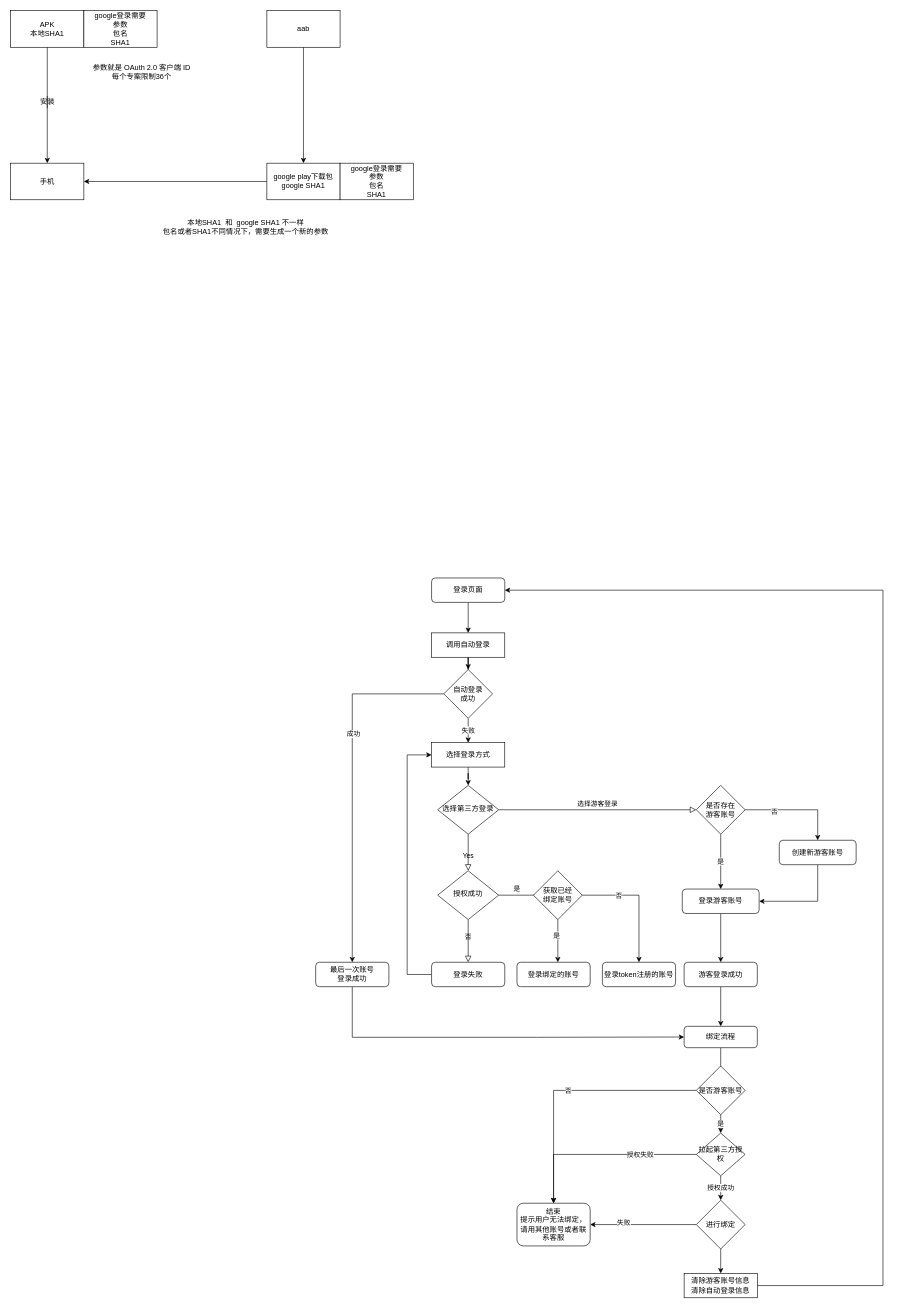
Above: CMGE_HW_API.drawio in saitestop/Drawio (draw.io), before the change. Source tidied: cells renumbered, new cells numbered last; positions are measured from the earlier drawing's top-left corner, leaving out a move shared by most shapes. Both pictures are drawn from the tidied source at 61%, with x=0, y=0 at pixel (10, 10).
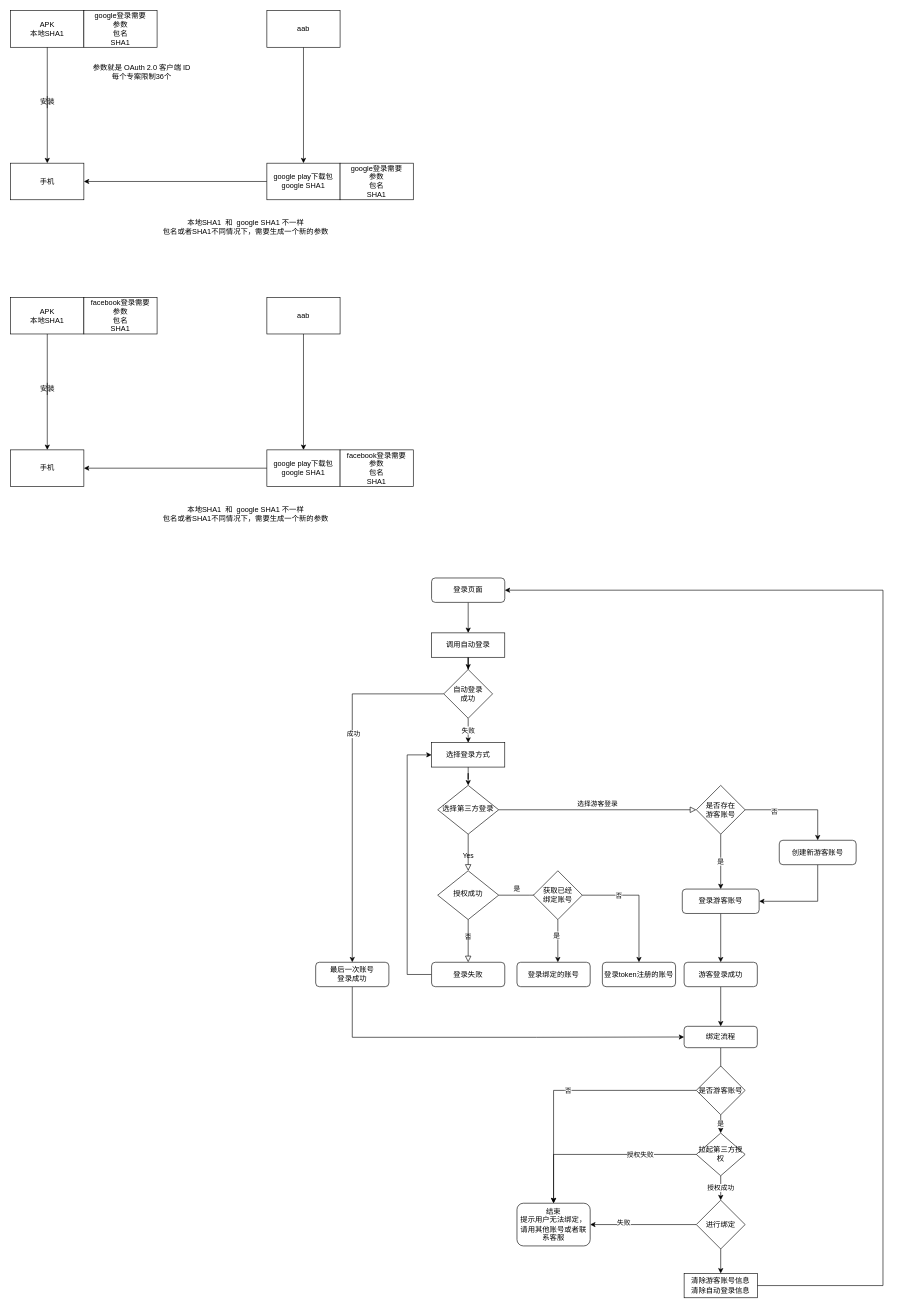
After the change.

Diff of the diagram source:
```diff
@@
+    <mxCell id="69" style="edgeStyle=orthogonalEdgeStyle;rounded=0;jettySize=auto;html=1;entryX=0.5;entryY=0;entryDx=0;entryDy=0;startArrow=none;" parent="1" edge="1" source="76" target="71">
+      <mxGeometry relative="1" as="geometry">
+        <Array as="points">
+          <mxPoint x="60" y="630" />
+        </Array>
+      </mxGeometry>
+    </mxCell>
+    <mxCell id="70" value="APK&lt;br&gt;本地SHA1" style="rounded=0;whiteSpace=wrap;html=1;" parent="1" vertex="1">
+      <mxGeometry y="470" width="120" height="60" as="geometry" />
+    </mxCell>
+    <mxCell id="71" value="手机" style="rounded=0;whiteSpace=wrap;html=1;" parent="1" vertex="1">
+      <mxGeometry y="720" width="120" height="60" as="geometry" />
+    </mxCell>
+    <mxCell id="72" style="edgeStyle=orthogonalEdgeStyle;rounded=0;jettySize=auto;html=1;" parent="1" edge="1" source="73" target="75">
+      <mxGeometry relative="1" as="geometry" />
+    </mxCell>
+    <mxCell id="73" value="aab" style="rounded=0;whiteSpace=wrap;html=1;" parent="1" vertex="1">
+      <mxGeometry x="420" y="470" width="120" height="60" as="geometry" />
+    </mxCell>
+    <mxCell id="74" style="edgeStyle=orthogonalEdgeStyle;rounded=0;jettySize=auto;html=1;" parent="1" edge="1" source="75" target="71">
+      <mxGeometry relative="1" as="geometry" />
+    </mxCell>
+    <mxCell id="75" value="google play下载包&lt;br&gt;google SHA1" style="rounded=0;whiteSpace=wrap;html=1;" parent="1" vertex="1">
+      <mxGeometry x="420" y="720" width="120" height="60" as="geometry" />
+    </mxCell>
+    <mxCell id="76" value="安装" style="text;html=1;align=center;verticalAlign=middle;points=[];strokeColor=none;fillColor=none;" parent="1" vertex="1">
+      <mxGeometry x="40" y="610" width="40" height="20" as="geometry" />
+    </mxCell>
+    <mxCell id="77" style="edgeStyle=orthogonalEdgeStyle;rounded=0;jettySize=auto;html=1;entryX=0.5;entryY=0;entryDx=0;entryDy=0;endArrow=none;" parent="1" edge="1" source="70" target="76">
+      <mxGeometry relative="1" as="geometry">
+        <Array as="points">
+          <mxPoint x="60" y="630" />
+        </Array>
+      </mxGeometry>
+    </mxCell>
+    <mxCell id="78" value="facebook登录需要&lt;br&gt;参数&lt;br&gt;包名&lt;br&gt;SHA1" style="rounded=0;whiteSpace=wrap;html=1;" parent="1" vertex="1">
+      <mxGeometry x="120" y="470" width="120" height="60" as="geometry" />
+    </mxCell>
+    <mxCell id="79" value="facebook登录需要&lt;br&gt;参数&lt;br&gt;包名&lt;br&gt;SHA1" style="rounded=0;whiteSpace=wrap;html=1;" parent="1" vertex="1">
+      <mxGeometry x="540" y="720" width="120" height="60" as="geometry" />
+    </mxCell>
+    <mxCell id="80" value="&lt;span&gt;本地SHA1&amp;nbsp; 和&amp;nbsp;&amp;nbsp;&lt;/span&gt;&lt;span&gt;google SHA1 不一样&lt;br&gt;包名或者SHA1不同情况下，需要生成一个新的参数&lt;br&gt;&lt;/span&gt;" style="text;html=1;align=center;verticalAlign=middle;strokeColor=none;fillColor=none;" parent="1" vertex="1">
+      <mxGeometry x="240" y="810" width="290" height="30" as="geometry" />
+    </mxCell>
```
